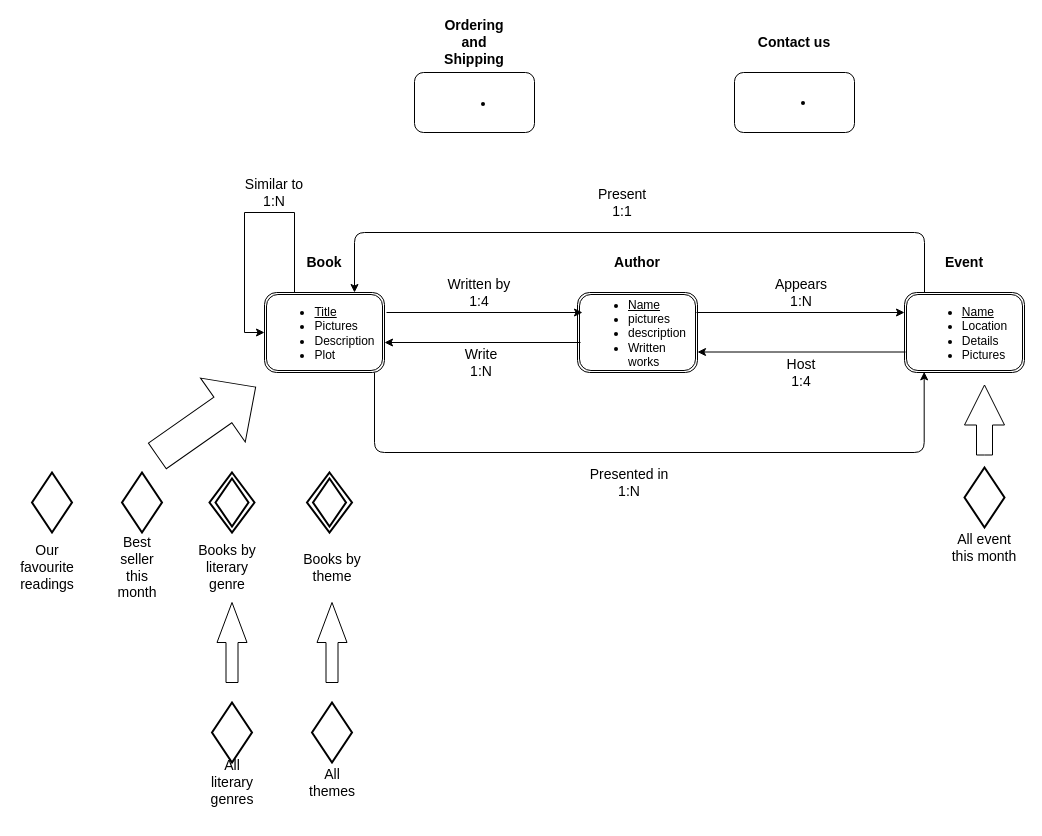
DragonBanana/Hypermedia keeps this draw.io diagram as documentation/Design/L-IDM schema.drawio. Above is the earlier version. Source tidied: cells renumbered, new cells numbered last; positions are measured from the earlier drawing's top-left corner, leaving out a move shared by most shapes. Both pictures are drawn from the tidied source at 100%, with x=0, y=0 at pixel (16, 32).
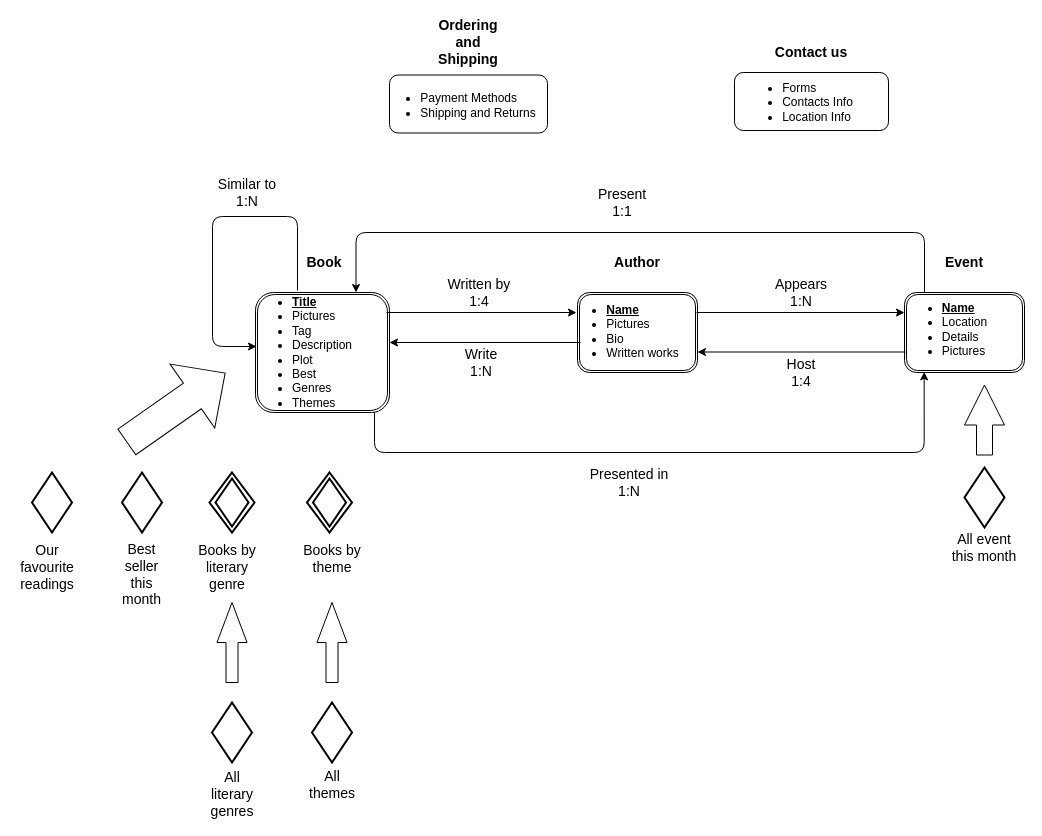
The same page after the edit.

What changed in the source:
```diff
@@
     <mxCell id="2" style="rounded=1;whiteSpace=wrap;html=1;fontSize=14;" parent="1" vertex="1">
-      <mxGeometry x="718" y="40" width="120" height="60" as="geometry" />
+      <mxGeometry x="718" y="40" width="154" height="58" as="geometry" />
     </mxCell>
     <mxCell id="3" style="rounded=1;whiteSpace=wrap;html=1;fontSize=14;" parent="1" vertex="1">
-      <mxGeometry x="398" y="40" width="120" height="60" as="geometry" />
+      <mxGeometry x="373" y="42.5" width="158" height="58" as="geometry" />
     </mxCell>
     <mxCell id="4" value="&lt;b style=&quot;font-size: 14px;&quot;&gt;Contact us&lt;/b&gt;" style="text;html=1;strokeColor=none;fillColor=none;align=center;verticalAlign=middle;whiteSpace=wrap;rounded=0;fontSize=14;" parent="1" vertex="1">
-      <mxGeometry x="728" width="100" height="20" as="geometry" />
+      <mxGeometry x="745" y="10" width="100" height="20" as="geometry" />
     </mxCell>
     <mxCell id="5" value="&lt;b style=&quot;font-size: 14px;&quot;&gt;Ordering&lt;br style=&quot;font-size: 14px;&quot;&gt;and&lt;br style=&quot;font-size: 14px;&quot;&gt;Shipping&lt;/b&gt;&lt;br style=&quot;font-size: 14px;&quot;&gt;" style="text;html=1;strokeColor=none;fillColor=none;align=center;verticalAlign=middle;whiteSpace=wrap;rounded=0;fontSize=14;" parent="1" vertex="1">
-      <mxGeometry x="408" width="100" height="20" as="geometry" />
+      <mxGeometry x="402" width="100" height="20" as="geometry" />
     </mxCell>
-    <mxCell id="6" style="edgeStyle=orthogonalEdgeStyle;rounded=0;orthogonalLoop=1;jettySize=auto;html=1;entryX=0;entryY=0.5;entryDx=0;entryDy=0;fontSize=14;" parent="1" edge="1" source="7" target="7">
-      <mxGeometry relative="1" as="geometry">
-        <Array as="points">
-          <mxPoint x="278" y="180" />
-          <mxPoint x="228" y="180" />
-          <mxPoint x="228" y="300" />
-        </Array>
-      </mxGeometry>
-    </mxCell>
     <mxCell id="7" style="shape=ext;double=1;rounded=1;whiteSpace=wrap;html=1;fontSize=14;" parent="1" vertex="1">
-      <mxGeometry x="248" y="260" width="120" height="80" as="geometry" />
+      <mxGeometry x="239" y="260" width="134" height="120" as="geometry" />
     </mxCell>
@@
     <mxCell id="13" style="endArrow=classic;html=1;fontSize=14;" parent="1" edge="1">
       <mxGeometry relative="1" as="geometry">
         <mxPoint x="370" y="280" as="sourcePoint" />
-        <mxPoint x="566" y="280" as="targetPoint" />
+        <mxPoint x="560" y="280" as="targetPoint" />
       </mxGeometry>
     </mxCell>
     <mxCell id="14" style="endArrow=classic;html=1;fontSize=14;" parent="1" edge="1">
       <mxGeometry relative="1" as="geometry">
         <mxPoint x="564" y="310" as="sourcePoint" />
-        <mxPoint x="368" y="310" as="targetPoint" />
+        <mxPoint x="373" y="310" as="targetPoint" />
       </mxGeometry>
     </mxCell>
@@
     <mxCell id="25" value="&lt;font style=&quot;font-size: 14px;&quot;&gt;Similar to&lt;br style=&quot;font-size: 14px;&quot;&gt;1:N&lt;/font&gt;&lt;br style=&quot;font-size: 14px;&quot;&gt;" style="text;html=1;strokeColor=none;fillColor=none;align=center;verticalAlign=middle;whiteSpace=wrap;rounded=0;fontSize=14;" parent="1" vertex="1">
-      <mxGeometry x="208" y="150" width="100" height="20" as="geometry" />
+      <mxGeometry x="180.5" y="150" width="100" height="20" as="geometry" />
     </mxCell>
@@
     <mxCell id="31" value="Best seller this month&lt;br style=&quot;font-size: 14px;&quot;&gt;" style="text;html=1;strokeColor=none;fillColor=none;align=center;verticalAlign=middle;whiteSpace=wrap;rounded=0;fontSize=14;" parent="1" vertex="1">
-      <mxGeometry x="90.5" y="525" width="60" height="20" as="geometry" />
+      <mxGeometry x="97" y="525" width="57" height="33" as="geometry" />
     </mxCell>
@@
     <mxCell id="35" value="Books by theme&lt;br style=&quot;font-size: 14px;&quot;&gt;" style="text;html=1;strokeColor=none;fillColor=none;align=center;verticalAlign=middle;whiteSpace=wrap;rounded=0;fontSize=14;" parent="1" vertex="1">
-      <mxGeometry x="285.5" y="525" width="60" height="20" as="geometry" />
+      <mxGeometry x="285.5" y="516" width="60" height="20" as="geometry" />
     </mxCell>
@@
     <mxCell id="38" value="All literary genres&lt;br style=&quot;font-size: 14px;&quot;&gt;" style="text;html=1;strokeColor=none;fillColor=none;align=center;verticalAlign=middle;whiteSpace=wrap;rounded=0;fontSize=14;" parent="1" vertex="1">
-      <mxGeometry x="185.5" y="740" width="60" height="20" as="geometry" />
+      <mxGeometry x="186" y="740" width="60" height="43" as="geometry" />
     </mxCell>
     <mxCell id="39" value="All themes&lt;br style=&quot;font-size: 14px;&quot;&gt;" style="text;html=1;strokeColor=none;fillColor=none;align=center;verticalAlign=middle;whiteSpace=wrap;rounded=0;fontSize=14;" parent="1" vertex="1">
-      <mxGeometry x="285.5" y="740" width="60" height="20" as="geometry" />
+      <mxGeometry x="286" y="740" width="60" height="24" as="geometry" />
     </mxCell>
@@
     <mxCell id="42" style="html=1;shadow=0;dashed=0;align=center;verticalAlign=middle;shape=mxgraph.arrows2.arrow;dy=0.6;dx=40;direction=north;notch=0;rotation=55;fontSize=14;" parent="1" vertex="1">
-      <mxGeometry x="151" y="329" width="78" height="120" as="geometry" />
+      <mxGeometry x="120.5" y="315" width="78" height="120" as="geometry" />
     </mxCell>
@@
-    <mxCell id="44" value="&lt;ul&gt;&lt;li style=&quot;text-align: left&quot;&gt;&lt;u&gt;Title&lt;/u&gt;&lt;/li&gt;&lt;li style=&quot;text-align: left&quot;&gt;Pictures&lt;/li&gt;&lt;li style=&quot;text-align: left&quot;&gt;Description&lt;/li&gt;&lt;li style=&quot;text-align: left&quot;&gt;Plot&lt;/li&gt;&lt;/ul&gt;&lt;div style=&quot;text-align: left&quot;&gt;&lt;/div&gt;" style="text;html=1;strokeColor=none;fillColor=none;align=center;verticalAlign=middle;whiteSpace=wrap;rounded=0;" parent="1" vertex="1">
-      <mxGeometry x="258" y="270" width="101" height="61" as="geometry" />
+    <mxCell id="44" value="&lt;ul&gt;&lt;li style=&quot;text-align: left&quot;&gt;&lt;u&gt;&lt;b&gt;Title&lt;/b&gt;&lt;/u&gt;&lt;/li&gt;&lt;li style=&quot;text-align: left&quot;&gt;Pictures&lt;/li&gt;&lt;li style=&quot;text-align: left&quot;&gt;Tag&lt;/li&gt;&lt;li style=&quot;text-align: left&quot;&gt;Description&lt;/li&gt;&lt;li style=&quot;text-align: left&quot;&gt;Plot&lt;/li&gt;&lt;li style=&quot;text-align: left&quot;&gt;Best&lt;/li&gt;&lt;li style=&quot;text-align: left&quot;&gt;Genres&lt;/li&gt;&lt;li style=&quot;text-align: left&quot;&gt;Themes&lt;/li&gt;&lt;/ul&gt;&lt;div style=&quot;text-align: left&quot;&gt;&lt;/div&gt;" style="text;html=1;strokeColor=none;fillColor=none;align=center;verticalAlign=middle;whiteSpace=wrap;rounded=0;" parent="1" vertex="1">
+      <mxGeometry x="252.5" y="268.5" width="66" height="103" as="geometry" />
     </mxCell>
-    <mxCell id="45" value="&lt;ul&gt;&lt;li style=&quot;text-align: left&quot;&gt;&lt;u&gt;Name&lt;/u&gt;&lt;/li&gt;&lt;li style=&quot;text-align: left&quot;&gt;Location&lt;/li&gt;&lt;li style=&quot;text-align: left&quot;&gt;Details&lt;/li&gt;&lt;li style=&quot;text-align: left&quot;&gt;Pictures&lt;/li&gt;&lt;/ul&gt;&lt;div style=&quot;text-align: left&quot;&gt;&lt;/div&gt;" style="text;html=1;strokeColor=none;fillColor=none;align=center;verticalAlign=middle;whiteSpace=wrap;rounded=0;" parent="1" vertex="1">
-      <mxGeometry x="897.5" y="270" width="101" height="61" as="geometry" />
+    <mxCell id="45" value="&lt;ul&gt;&lt;li style=&quot;text-align: left&quot;&gt;&lt;u&gt;&lt;b&gt;Name&lt;/b&gt;&lt;/u&gt;&lt;/li&gt;&lt;li style=&quot;text-align: left&quot;&gt;Location&lt;/li&gt;&lt;li style=&quot;text-align: left&quot;&gt;Details&lt;/li&gt;&lt;li style=&quot;text-align: left&quot;&gt;Pictures&lt;/li&gt;&lt;/ul&gt;&lt;div style=&quot;text-align: left&quot;&gt;&lt;/div&gt;" style="text;html=1;strokeColor=none;fillColor=none;align=center;verticalAlign=middle;whiteSpace=wrap;rounded=0;" parent="1" vertex="1">
+      <mxGeometry x="877.5" y="266" width="101" height="61" as="geometry" />
     </mxCell>
-    <mxCell id="46" value="&lt;ul&gt;&lt;li style=&quot;text-align: left&quot;&gt;&lt;u&gt;Name&lt;/u&gt;&lt;/li&gt;&lt;li style=&quot;text-align: left&quot;&gt;pictures&lt;/li&gt;&lt;li style=&quot;text-align: left&quot;&gt;description&lt;/li&gt;&lt;li style=&quot;text-align: left&quot;&gt;Written works&lt;/li&gt;&lt;/ul&gt;&lt;div style=&quot;text-align: left&quot;&gt;&lt;/div&gt;" style="text;html=1;strokeColor=none;fillColor=none;align=center;verticalAlign=middle;whiteSpace=wrap;rounded=0;" parent="1" vertex="1">
-      <mxGeometry x="570.5" y="270" width="101" height="61" as="geometry" />
+    <mxCell id="46" value="&lt;ul&gt;&lt;li style=&quot;text-align: left&quot;&gt;&lt;u&gt;&lt;b&gt;Name&lt;/b&gt;&lt;/u&gt;&lt;/li&gt;&lt;li style=&quot;text-align: left&quot;&gt;Pictures&lt;/li&gt;&lt;li style=&quot;text-align: left&quot;&gt;Bio&lt;/li&gt;&lt;li style=&quot;text-align: left&quot;&gt;Written works&lt;/li&gt;&lt;/ul&gt;&lt;div style=&quot;text-align: left&quot;&gt;&lt;/div&gt;" style="text;html=1;strokeColor=none;fillColor=none;align=center;verticalAlign=middle;whiteSpace=wrap;rounded=0;" parent="1" vertex="1">
+      <mxGeometry x="546.5" y="268.5" width="119" height="61" as="geometry" />
     </mxCell>
-    <mxCell id="47" value="&lt;ul&gt;&lt;li style=&quot;text-align: left&quot;&gt;&lt;br&gt;&lt;/li&gt;&lt;/ul&gt;&lt;div style=&quot;text-align: left&quot;&gt;&lt;/div&gt;" style="text;html=1;strokeColor=none;fillColor=none;align=center;verticalAlign=middle;whiteSpace=wrap;rounded=0;" parent="1" vertex="1">
-      <mxGeometry x="727.5" y="39.5" width="101" height="61" as="geometry" />
+    <mxCell id="47" value="&lt;ul&gt;&lt;li style=&quot;text-align: left&quot;&gt;Forms&lt;/li&gt;&lt;li style=&quot;text-align: left&quot;&gt;Contacts Info&lt;/li&gt;&lt;li style=&quot;text-align: left&quot;&gt;Location Info&lt;/li&gt;&lt;/ul&gt;&lt;div style=&quot;text-align: left&quot;&gt;&lt;/div&gt;" style="text;html=1;strokeColor=none;fillColor=none;align=center;verticalAlign=middle;whiteSpace=wrap;rounded=0;" parent="1" vertex="1">
+      <mxGeometry x="702.5" y="39.5" width="157" height="61" as="geometry" />
     </mxCell>
-    <mxCell id="48" value="&lt;ul&gt;&lt;li style=&quot;text-align: left&quot;&gt;&lt;br&gt;&lt;/li&gt;&lt;/ul&gt;&lt;div style=&quot;text-align: left&quot;&gt;&lt;/div&gt;" style="text;html=1;strokeColor=none;fillColor=none;align=center;verticalAlign=middle;whiteSpace=wrap;rounded=0;" parent="1" vertex="1">
-      <mxGeometry x="408" y="40" width="101" height="61" as="geometry" />
+    <mxCell id="48" value="&lt;ul&gt;&lt;li style=&quot;text-align: left&quot;&gt;Payment Methods&lt;/li&gt;&lt;li style=&quot;text-align: left&quot;&gt;Shipping and Returns&lt;/li&gt;&lt;/ul&gt;&lt;div style=&quot;text-align: left&quot;&gt;&lt;/div&gt;" style="text;html=1;strokeColor=none;fillColor=none;align=center;verticalAlign=middle;whiteSpace=wrap;rounded=0;" parent="1" vertex="1">
+      <mxGeometry x="362" y="42.5" width="160" height="61" as="geometry" />
     </mxCell>
+    <mxCell id="49" style="endArrow=classic;html=1;exitX=0.432;exitY=-0.102;exitDx=0;exitDy=0;exitPerimeter=0;" parent="1" edge="1" source="44">
+      <mxGeometry relative="1" as="geometry">
+        <mxPoint x="240" y="314" as="targetPoint" />
+        <Array as="points">
+          <mxPoint x="281" y="184" />
+          <mxPoint x="196" y="184" />
+          <mxPoint x="196" y="314" />
+        </Array>
+      </mxGeometry>
+    </mxCell>
```
